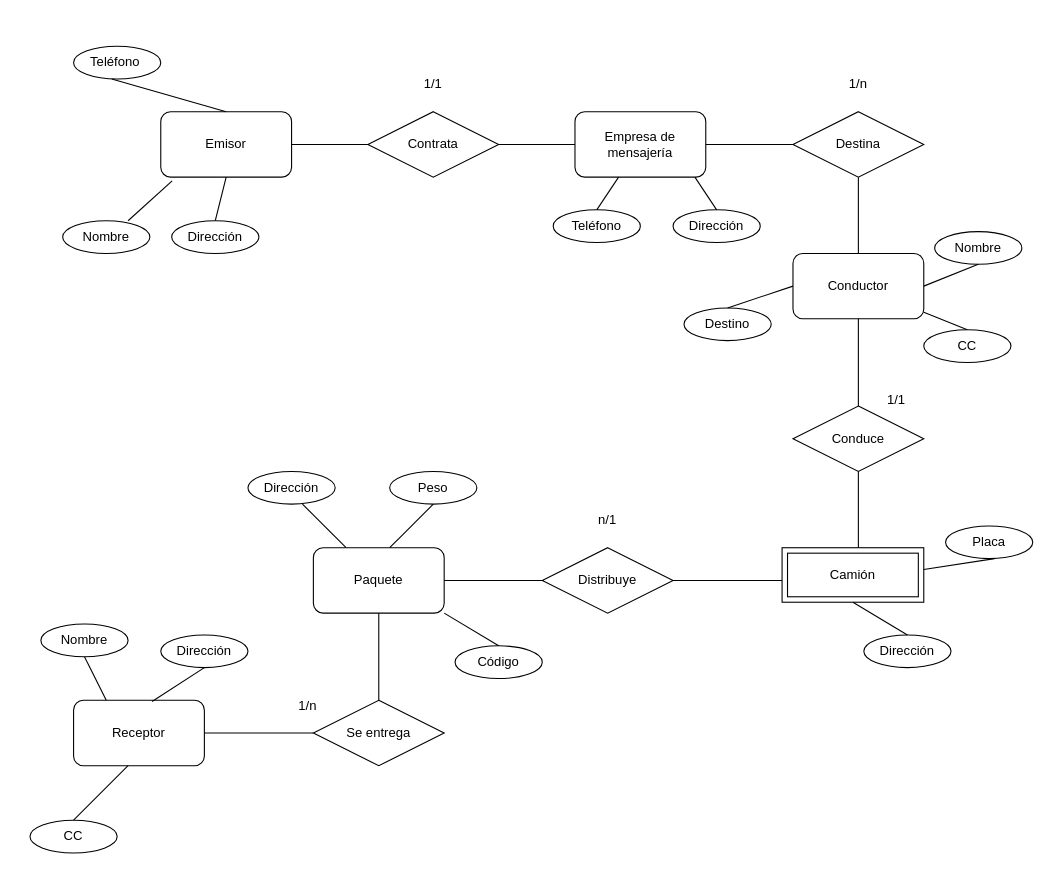
This is Untitled Diagram.drawio from JulianValencia08/TallerEntregables, a draw.io file, before an edit. Source tidied: cells renumbered, new cells numbered last; positions are measured from the earlier drawing's top-left corner, leaving out a move shared by most shapes. Both pictures are drawn from the tidied source at 109%, with x=0, y=0 at pixel (29, 46).
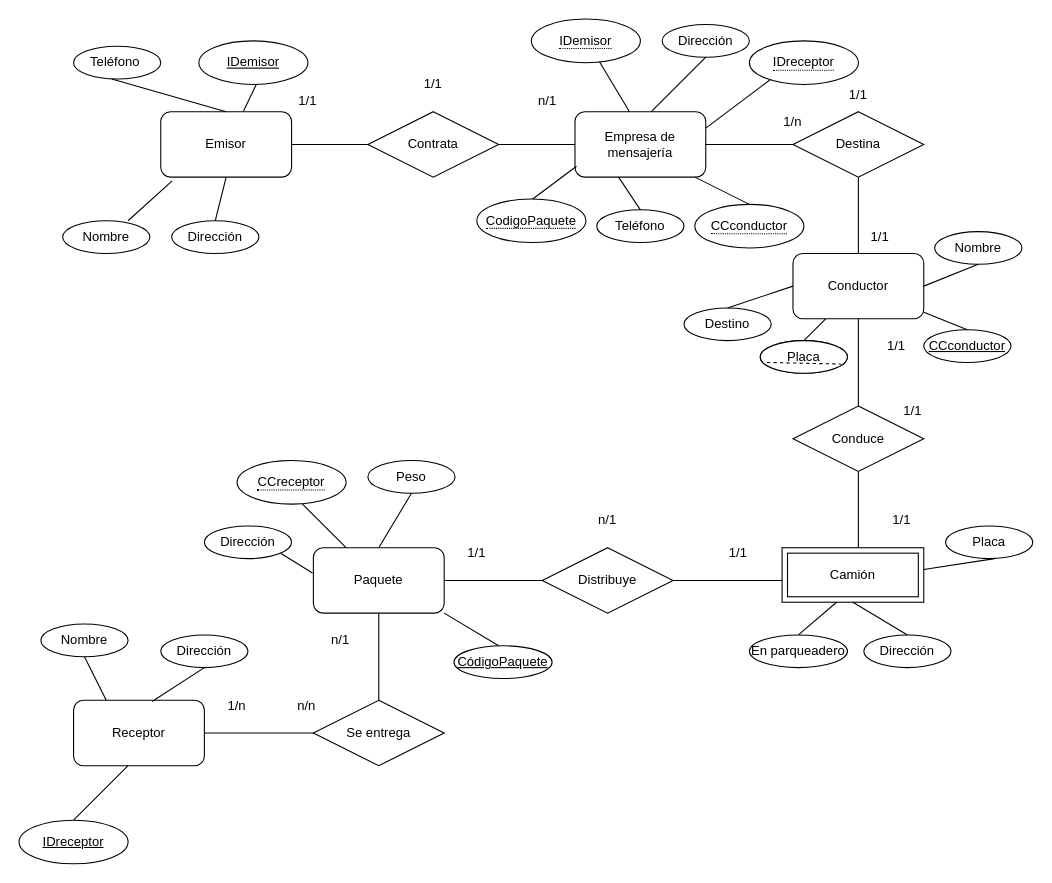
The same diagram, later.

The change refers to these unchanged cells:
```xml
<mxCell id="4" value="Emisor" style="rounded=1;whiteSpace=wrap;html=1;" parent="1" vertex="1">
  <mxGeometry x="120" y="60" width="120" height="60" as="geometry" />
</mxCell>
<mxCell id="10" value="Conductor" style="rounded=1;whiteSpace=wrap;html=1;" parent="1" vertex="1">
  <mxGeometry x="700" y="190" width="120" height="60" as="geometry" />
</mxCell>
<mxCell id="16" value="Paquete" style="rounded=1;whiteSpace=wrap;html=1;" parent="1" vertex="1">
  <mxGeometry x="260" y="460" width="120" height="60" as="geometry" />
</mxCell>
```

The edit, as a diff of the source:
```diff
@@
     <mxCell id="29" value="Teléfono" style="ellipse;whiteSpace=wrap;html=1;align=center;" parent="1" vertex="1">
-      <mxGeometry x="480" y="150" width="80" height="30" as="geometry" />
+      <mxGeometry x="520" y="150" width="80" height="30" as="geometry" />
     </mxCell>
-    <mxCell id="30" value="Dirección" style="ellipse;whiteSpace=wrap;html=1;align=center;" parent="1" vertex="1">
-      <mxGeometry x="590" y="150" width="80" height="30" as="geometry" />
-    </mxCell>
@@
-    <mxCell id="33" value="Dirección" style="ellipse;whiteSpace=wrap;html=1;align=center;" parent="1" vertex="1">
-      <mxGeometry x="200" y="390" width="80" height="30" as="geometry" />
-    </mxCell>
     <mxCell id="34" value="Peso" style="ellipse;whiteSpace=wrap;html=1;align=center;" parent="1" vertex="1">
-      <mxGeometry x="330" y="390" width="80" height="30" as="geometry" />
+      <mxGeometry x="310" y="380" width="80" height="30" as="geometry" />
     </mxCell>
-    <mxCell id="35" value="Código" style="ellipse;whiteSpace=wrap;html=1;align=center;" parent="1" vertex="1">
-      <mxGeometry x="390" y="550" width="80" height="30" as="geometry" />
-    </mxCell>
@@
-    <mxCell id="38" value="CC" style="ellipse;whiteSpace=wrap;html=1;align=center;" parent="1" vertex="1">
-      <mxGeometry y="710" width="80" height="30" as="geometry" />
-    </mxCell>
-    <mxCell id="39" value="CC" style="ellipse;whiteSpace=wrap;html=1;align=center;" parent="1" vertex="1">
+    <mxCell id="39" value="&lt;u&gt;CCconductor&lt;/u&gt;" style="ellipse;whiteSpace=wrap;html=1;align=center;" parent="1" vertex="1">
       <mxGeometry x="820" y="260" width="80" height="30" as="geometry" />
     </mxCell>
@@
-    <mxCell id="42" value="1/n" style="text;html=1;strokeColor=none;fillColor=none;align=center;verticalAlign=middle;whiteSpace=wrap;rounded=0;" parent="1" vertex="1">
-      <mxGeometry x="730" y="20" width="60" height="30" as="geometry" />
+    <mxCell id="42" value="1/1" style="text;html=1;strokeColor=none;fillColor=none;align=center;verticalAlign=middle;whiteSpace=wrap;rounded=0;" parent="1" vertex="1">
+      <mxGeometry x="730" y="30" width="60" height="30" as="geometry" />
     </mxCell>
     <mxCell id="43" value="1/1" style="text;html=1;strokeColor=none;fillColor=none;align=center;verticalAlign=middle;whiteSpace=wrap;rounded=0;" parent="1" vertex="1">
-      <mxGeometry x="765" y="310" width="60" height="30" as="geometry" />
+      <mxGeometry x="780" y="320" width="60" height="30" as="geometry" />
     </mxCell>
-    <mxCell id="44" value="1/n" style="text;html=1;strokeColor=none;fillColor=none;align=center;verticalAlign=middle;whiteSpace=wrap;rounded=0;" parent="1" vertex="1">
-      <mxGeometry x="225" y="590" width="60" height="30" as="geometry" />
+    <mxCell id="44" value="n/n" style="text;html=1;strokeColor=none;fillColor=none;align=center;verticalAlign=middle;whiteSpace=wrap;rounded=0;" parent="1" vertex="1">
+      <mxGeometry x="224" y="590" width="60" height="30" as="geometry" />
     </mxCell>
@@
-    <mxCell id="46" style="endArrow=none;html=1;rounded=0;exitX=0.5;exitY=0;exitDx=0;exitDy=0;" parent="1" edge="1" source="30">
-      <mxGeometry relative="1" as="geometry">
-        <mxPoint x="610" y="120" as="targetPoint" />
-      </mxGeometry>
-    </mxCell>
@@
-    <mxCell id="52" style="endArrow=none;html=1;rounded=0;" parent="1" edge="1">
-      <mxGeometry relative="1" as="geometry">
-        <mxPoint x="330" y="460" as="sourcePoint" />
-        <mxPoint x="370" y="420" as="targetPoint" />
-        <Array as="points">
-          <mxPoint x="340" y="450" />
-        </Array>
-      </mxGeometry>
-    </mxCell>
@@
-    <mxCell id="54" style="endArrow=none;html=1;rounded=0;entryX=1;entryY=1;entryDx=0;entryDy=0;exitX=0.5;exitY=0;exitDx=0;exitDy=0;" parent="1" edge="1" source="35" target="16">
-      <mxGeometry relative="1" as="geometry" />
+    <mxCell id="54" style="endArrow=none;html=1;rounded=0;entryX=1;entryY=1;entryDx=0;entryDy=0;exitX=0.5;exitY=0;exitDx=0;exitDy=0;" parent="1" edge="1" target="16">
+      <mxGeometry relative="1" as="geometry">
+        <mxPoint x="430" y="550" as="sourcePoint" />
+      </mxGeometry>
     </mxCell>
@@
+    <mxCell id="60" style="endArrow=none;html=1;rounded=0;exitX=0.632;exitY=-0.008;exitDx=0;exitDy=0;exitPerimeter=0;" parent="1" edge="1" source="4">
+      <mxGeometry relative="1" as="geometry">
+        <mxPoint x="210" y="30" as="targetPoint" />
+      </mxGeometry>
+    </mxCell>
+    <mxCell id="61" value="1/1" style="text;html=1;strokeColor=none;fillColor=none;align=center;verticalAlign=middle;whiteSpace=wrap;rounded=0;" parent="1" vertex="1">
+      <mxGeometry x="230" y="40" width="50" height="20" as="geometry" />
+    </mxCell>
+    <mxCell id="62" value="n/1" style="text;html=1;strokeColor=none;fillColor=none;align=center;verticalAlign=middle;whiteSpace=wrap;rounded=0;" parent="1" vertex="1">
+      <mxGeometry x="450" y="40" width="50" height="20" as="geometry" />
+    </mxCell>
+    <mxCell id="63" value="1/1" style="text;html=1;strokeColor=none;fillColor=none;align=center;verticalAlign=middle;whiteSpace=wrap;rounded=0;" parent="1" vertex="1">
+      <mxGeometry x="770" y="420" width="60" height="30" as="geometry" />
+    </mxCell>
+    <mxCell id="64" value="1/1" style="text;html=1;strokeColor=none;fillColor=none;align=center;verticalAlign=middle;whiteSpace=wrap;rounded=0;" parent="1" vertex="1">
+      <mxGeometry x="765" y="260" width="60" height="30" as="geometry" />
+    </mxCell>
+    <mxCell id="65" value="1/1" style="text;html=1;strokeColor=none;fillColor=none;align=center;verticalAlign=middle;whiteSpace=wrap;rounded=0;" parent="1" vertex="1">
+      <mxGeometry x="380" y="450" width="60" height="30" as="geometry" />
+    </mxCell>
+    <mxCell id="66" value="1/1" style="text;html=1;strokeColor=none;fillColor=none;align=center;verticalAlign=middle;whiteSpace=wrap;rounded=0;" parent="1" vertex="1">
+      <mxGeometry x="620" y="450" width="60" height="30" as="geometry" />
+    </mxCell>
+    <mxCell id="67" value="1/n" style="text;html=1;strokeColor=none;fillColor=none;align=center;verticalAlign=middle;whiteSpace=wrap;rounded=0;" parent="1" vertex="1">
+      <mxGeometry x="160" y="590" width="60" height="30" as="geometry" />
+    </mxCell>
+    <mxCell id="68" value="n/1" style="text;html=1;strokeColor=none;fillColor=none;align=center;verticalAlign=middle;whiteSpace=wrap;rounded=0;" parent="1" vertex="1">
+      <mxGeometry x="255" y="530" width="60" height="30" as="geometry" />
+    </mxCell>
+    <mxCell id="69" value="1/n" style="text;html=1;strokeColor=none;fillColor=none;align=center;verticalAlign=middle;whiteSpace=wrap;rounded=0;" parent="1" vertex="1">
+      <mxGeometry x="670" y="55" width="60" height="30" as="geometry" />
+    </mxCell>
+    <mxCell id="70" value="1/1" style="text;html=1;strokeColor=none;fillColor=none;align=center;verticalAlign=middle;whiteSpace=wrap;rounded=0;" parent="1" vertex="1">
+      <mxGeometry x="750" y="160" width="60" height="30" as="geometry" />
+    </mxCell>
+    <mxCell id="71" value="Dirección" style="ellipse;whiteSpace=wrap;html=1;align=center;" parent="1" vertex="1">
+      <mxGeometry x="580" y="-20" width="80" height="30" as="geometry" />
+    </mxCell>
+    <mxCell id="72" style="endArrow=none;html=1;rounded=0;exitX=0.5;exitY=0;exitDx=0;exitDy=0;" parent="1" edge="1" source="88">
+      <mxGeometry relative="1" as="geometry">
+        <mxPoint x="610" y="120" as="targetPoint" />
+        <Array as="points">
+          <mxPoint x="610" y="120" />
+        </Array>
+      </mxGeometry>
+    </mxCell>
+    <mxCell id="73" value="Dirección" style="ellipse;whiteSpace=wrap;html=1;align=center;" parent="1" vertex="1">
+      <mxGeometry x="160" y="440" width="80" height="30" as="geometry" />
+    </mxCell>
+    <mxCell id="74" style="endArrow=none;html=1;rounded=0;exitX=-0.007;exitY=0.386;exitDx=0;exitDy=0;exitPerimeter=0;" parent="1" edge="1" source="16">
+      <mxGeometry relative="1" as="geometry">
+        <mxPoint x="230" y="465" as="targetPoint" />
+      </mxGeometry>
+    </mxCell>
+    <mxCell id="75" style="endArrow=none;html=1;rounded=0;" parent="1" edge="1">
+      <mxGeometry relative="1" as="geometry">
+        <mxPoint x="550" y="60" as="sourcePoint" />
+        <mxPoint x="520" y="10" as="targetPoint" />
+      </mxGeometry>
+    </mxCell>
+    <mxCell id="76" style="endArrow=none;html=1;rounded=0;" parent="1" edge="1">
+      <mxGeometry relative="1" as="geometry">
+        <mxPoint x="570" y="60" as="sourcePoint" />
+        <mxPoint x="620" y="10" as="targetPoint" />
+      </mxGeometry>
+    </mxCell>
+    <mxCell id="77" style="ellipse;whiteSpace=wrap;html=1;align=center;" parent="1" vertex="1">
+      <mxGeometry x="670" y="270" width="80" height="30" as="geometry" />
+    </mxCell>
+    <mxCell id="78" style="endArrow=none;html=1;rounded=0;entryX=0.25;entryY=1;entryDx=0;entryDy=0;exitX=0.5;exitY=0;exitDx=0;exitDy=0;" parent="1" edge="1" source="77" target="10">
+      <mxGeometry relative="1" as="geometry" />
+    </mxCell>
+    <mxCell id="79" value="Placa" style="ellipse;whiteSpace=wrap;html=1;align=center;" parent="1" vertex="1">
+      <mxGeometry x="670" y="270" width="80" height="30" as="geometry" />
+    </mxCell>
+    <mxCell id="80" style="endArrow=none;dashed=1;html=1;rounded=0;entryX=0.973;entryY=0.716;entryDx=0;entryDy=0;entryPerimeter=0;" parent="1" edge="1">
+      <mxGeometry relative="1" as="geometry">
+        <mxPoint x="676.1" y="290" as="sourcePoint" />
+        <mxPoint x="743.9" y="291.5" as="targetPoint" />
+      </mxGeometry>
+    </mxCell>
+    <mxCell id="81" value="En parqueadero" style="ellipse;whiteSpace=wrap;html=1;align=center;" parent="1" vertex="1">
+      <mxGeometry x="660" y="540" width="90" height="30" as="geometry" />
+    </mxCell>
+    <mxCell id="82" style="endArrow=none;html=1;rounded=0;exitX=0.5;exitY=0;exitDx=0;exitDy=0;" parent="1" edge="1" source="81">
+      <mxGeometry relative="1" as="geometry">
+        <mxPoint x="740" y="510" as="targetPoint" />
+      </mxGeometry>
+    </mxCell>
+    <mxCell id="83" style="endArrow=none;html=1;rounded=0;" parent="1" edge="1">
+      <mxGeometry relative="1" as="geometry">
+        <mxPoint x="460" y="141" as="sourcePoint" />
+        <mxPoint x="501.4" y="110" as="targetPoint" />
+      </mxGeometry>
+    </mxCell>
+    <mxCell id="84" value="&lt;span&gt;CódigoPaquete&lt;/span&gt;" style="ellipse;whiteSpace=wrap;html=1;align=center;fontStyle=4;" parent="1" vertex="1">
+      <mxGeometry x="389" y="550" width="90" height="30" as="geometry" />
+    </mxCell>
+    <mxCell id="85" style="endArrow=none;html=1;rounded=0;exitX=0.5;exitY=0;exitDx=0;exitDy=0;" parent="1" edge="1" source="16">
+      <mxGeometry relative="1" as="geometry">
+        <mxPoint x="350" y="410" as="targetPoint" />
+      </mxGeometry>
+    </mxCell>
+    <mxCell id="86" value="&lt;span style=&quot;border-bottom: 1px dotted&quot;&gt;CCreceptor&lt;/span&gt;" style="ellipse;whiteSpace=wrap;html=1;align=center;" parent="1" vertex="1">
+      <mxGeometry x="190" y="380" width="100" height="40" as="geometry" />
+    </mxCell>
+    <mxCell id="87" value="&lt;span style=&quot;border-bottom: 1px dotted&quot;&gt;CodigoPaquete&lt;/span&gt;" style="ellipse;whiteSpace=wrap;html=1;align=center;" parent="1" vertex="1">
+      <mxGeometry x="410" y="140" width="100" height="40" as="geometry" />
+    </mxCell>
+    <mxCell id="88" value="&lt;span style=&quot;border-bottom: 1px dotted&quot;&gt;CCconductor&lt;/span&gt;" style="ellipse;whiteSpace=wrap;html=1;align=center;" parent="1" vertex="1">
+      <mxGeometry x="610" y="145" width="100" height="40" as="geometry" />
+    </mxCell>
+    <mxCell id="89" value="&lt;span style=&quot;border-bottom: 1px dotted&quot;&gt;IDemisor&lt;/span&gt;" style="ellipse;whiteSpace=wrap;html=1;align=center;" parent="1" vertex="1">
+      <mxGeometry x="460" y="-25" width="100" height="40" as="geometry" />
+    </mxCell>
+    <mxCell id="90" value="IDemisor" style="ellipse;whiteSpace=wrap;html=1;align=center;fontStyle=4;" parent="1" vertex="1">
+      <mxGeometry x="155" y="-5" width="100" height="40" as="geometry" />
+    </mxCell>
+    <mxCell id="91" style="endArrow=none;html=1;rounded=0;" parent="1" edge="1">
+      <mxGeometry relative="1" as="geometry">
+        <mxPoint x="620" y="75" as="sourcePoint" />
+        <mxPoint x="680" y="30" as="targetPoint" />
+      </mxGeometry>
+    </mxCell>
+    <mxCell id="92" value="&lt;span style=&quot;border-bottom: 1px dotted&quot;&gt;IDreceptor&lt;/span&gt;" style="ellipse;whiteSpace=wrap;html=1;align=center;" parent="1" vertex="1">
+      <mxGeometry x="660" y="-5" width="100" height="40" as="geometry" />
+    </mxCell>
+    <mxCell id="93" value="IDreceptor" style="ellipse;whiteSpace=wrap;html=1;align=center;fontStyle=4;" parent="1" vertex="1">
+      <mxGeometry x="-10" y="710" width="100" height="40" as="geometry" />
+    </mxCell>
```
